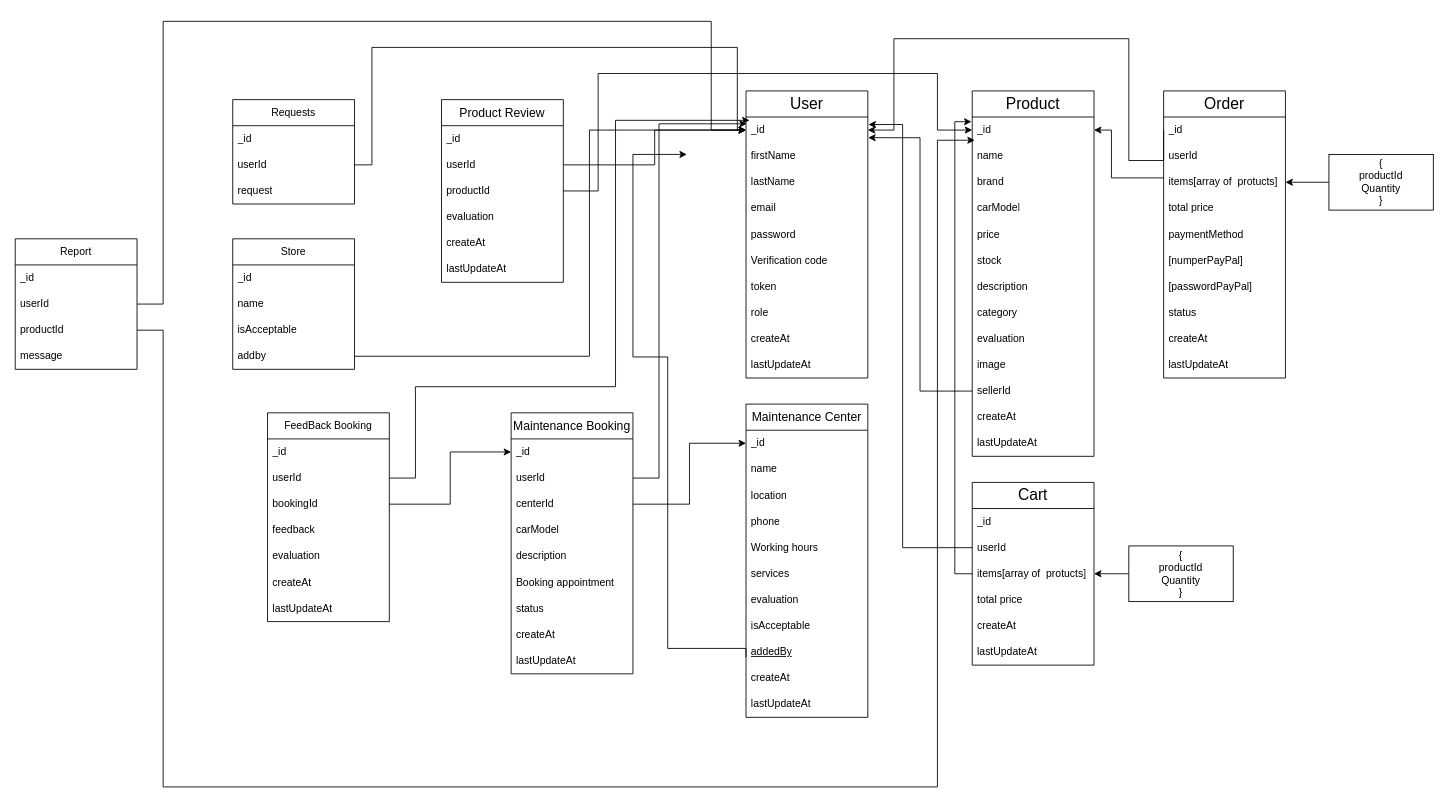
The draw.io diagram cars Project.drawio in ayaabduljawad750-cyber/CarsProject, before the edit. Source tidied: cells renumbered, new cells numbered last; positions are measured from the earlier drawing's top-left corner, leaving out a move shared by most shapes. Both pictures are drawn from the tidied source at 87%, with x=0, y=0 at pixel (15, 21).
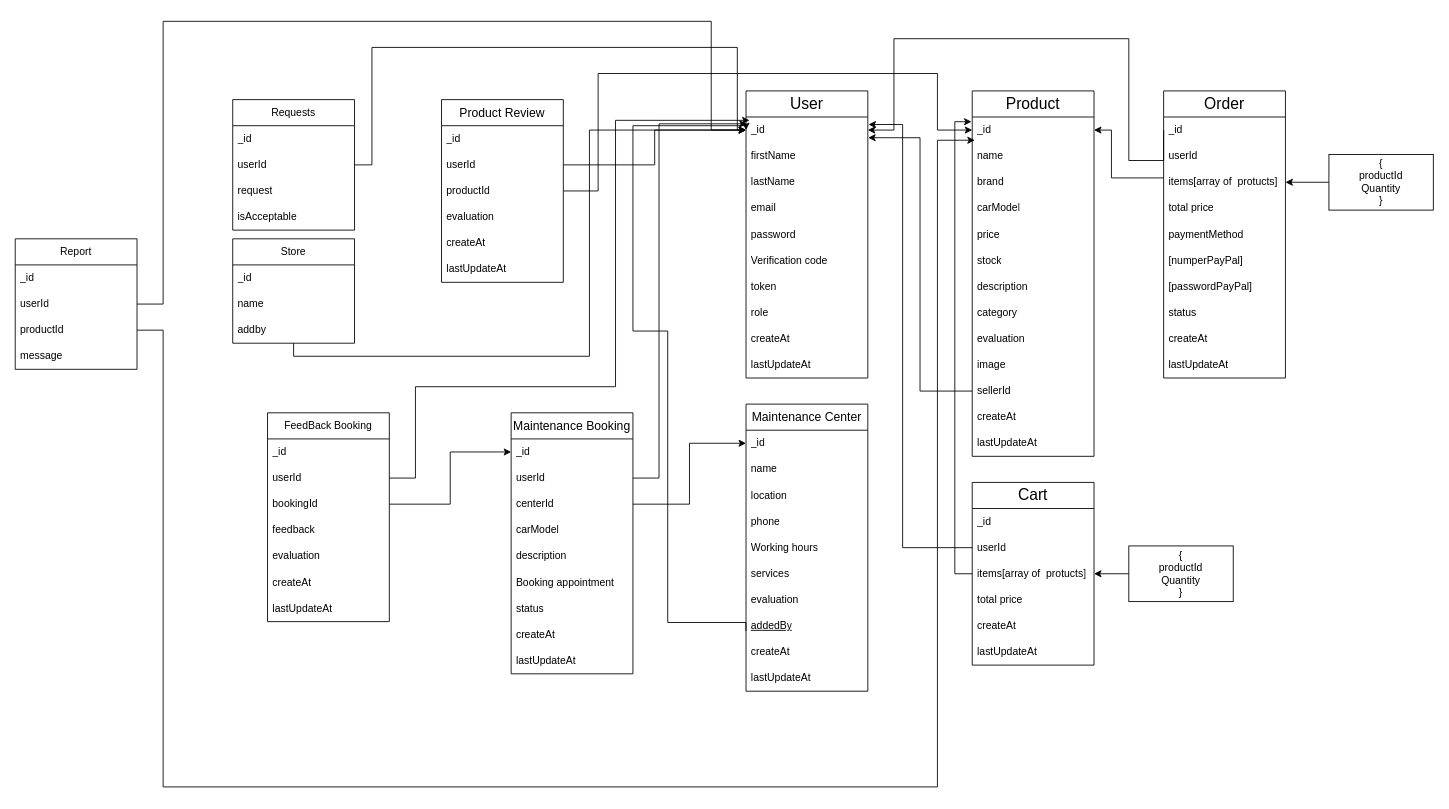
Above is the later version.

Unchanged cells that the change refers to:
```xml
<mxCell id="3" value="_id" style="text;strokeColor=none;fillColor=none;align=left;verticalAlign=middle;spacingLeft=4;spacingRight=4;overflow=hidden;points=[[0,0.5],[1,0.5]];portConstraint=eastwest;whiteSpace=wrap;html=1;" parent="2" vertex="1">
  <mxGeometry y="30" width="140" height="30" as="geometry" />
</mxCell>
```

The edit, as a diff of the source:
```diff
@@
     <mxCell id="27" value="&lt;font style=&quot;font-size: 14px;&quot;&gt;Maintenance Center&lt;/font&gt;" style="swimlane;fontStyle=0;horizontal=1;startSize=30;whiteSpace=wrap;html=1;" parent="1" vertex="1">
-      <mxGeometry x="840" y="440" width="140" height="360" as="geometry" />
+      <mxGeometry x="840" y="440" width="140" height="330" as="geometry" />
     </mxCell>
@@
-    <mxCell id="35" value="isAcceptable" style="text;strokeColor=none;fillColor=none;align=left;verticalAlign=middle;spacingLeft=4;spacingRight=4;overflow=hidden;whiteSpace=wrap;html=1;" parent="27" vertex="1">
-      <mxGeometry y="240" width="140" height="30" as="geometry" />
-    </mxCell>
     <mxCell id="36" value="&lt;u&gt;addedBy&lt;/u&gt;" style="text;strokeColor=none;fillColor=none;align=left;verticalAlign=middle;spacingLeft=4;spacingRight=4;overflow=hidden;whiteSpace=wrap;html=1;" parent="27" vertex="1">
-      <mxGeometry y="270" width="140" height="30" as="geometry" />
+      <mxGeometry y="240" width="140" height="30" as="geometry" />
     </mxCell>
     <mxCell id="37" value="createAt" style="text;strokeColor=none;fillColor=none;align=left;verticalAlign=middle;spacingLeft=4;spacingRight=4;overflow=hidden;whiteSpace=wrap;html=1;" parent="27" vertex="1">
-      <mxGeometry y="300" width="140" height="30" as="geometry" />
+      <mxGeometry y="270" width="140" height="30" as="geometry" />
     </mxCell>
     <mxCell id="38" value="lastUpdateAt" style="text;strokeColor=none;fillColor=none;align=left;verticalAlign=middle;spacingLeft=4;spacingRight=4;overflow=hidden;whiteSpace=wrap;html=1;" parent="27" vertex="1">
-      <mxGeometry y="330" width="140" height="30" as="geometry" />
+      <mxGeometry y="300" width="140" height="30" as="geometry" />
     </mxCell>
-    <mxCell id="39" style="edgeStyle=orthogonalEdgeStyle;rounded=0;orthogonalLoop=1;jettySize=auto;html=1;entryX=0.014;entryY=0.74;entryDx=0;entryDy=0;entryPerimeter=0;" parent="1" edge="1">
+    <mxCell id="39" style="edgeStyle=orthogonalEdgeStyle;rounded=0;jettySize=auto;html=1;entryX=0;entryY=0.5;entryDx=0;entryDy=0;" parent="1" edge="1" target="3">
       <mxGeometry relative="1" as="geometry">
-        <mxPoint x="840" y="730.8" as="sourcePoint" />
-        <mxPoint x="772" y="153" as="targetPoint" />
+        <mxPoint x="839.9" y="700.8" as="sourcePoint" />
         <Array as="points">
-          <mxPoint x="750" y="720.8" />
-          <mxPoint x="750" y="385.8" />
-          <mxPoint x="710" y="385.8" />
-          <mxPoint x="710" y="152.8" />
+          <mxPoint x="840" y="691" />
+          <mxPoint x="750" y="691" />
+          <mxPoint x="750" y="356" />
+          <mxPoint x="710" y="356" />
+          <mxPoint x="710" y="120" />
+          <mxPoint x="840" y="120" />
         </Array>
       </mxGeometry>
     </mxCell>
@@
     <mxCell id="98" value="Requests" style="swimlane;fontStyle=0;horizontal=1;startSize=30;whiteSpace=wrap;html=1;" parent="1" vertex="1">
-      <mxGeometry x="250" y="90" width="140" height="120" as="geometry" />
+      <mxGeometry x="250" y="90" width="140" height="150" as="geometry" />
     </mxCell>
@@
+    <mxCell id="116" value="isAcceptable" style="text;strokeColor=none;fillColor=none;align=left;verticalAlign=middle;spacingLeft=4;spacingRight=4;overflow=hidden;whiteSpace=wrap;html=1;" parent="98" vertex="1">
+      <mxGeometry y="120" width="140" height="30" as="geometry" />
+    </mxCell>
@@
     <mxCell id="103" value="Store" style="swimlane;fontStyle=0;horizontal=1;startSize=30;whiteSpace=wrap;html=1;" parent="1" vertex="1">
-      <mxGeometry x="250" y="250" width="140" height="150" as="geometry" />
+      <mxGeometry x="250" y="250" width="140" height="120" as="geometry" />
     </mxCell>
@@
-    <mxCell id="106" value="isAcceptable" style="text;strokeColor=none;fillColor=none;align=left;verticalAlign=middle;spacingLeft=4;spacingRight=4;overflow=hidden;whiteSpace=wrap;html=1;" parent="103" vertex="1">
-      <mxGeometry y="90" width="140" height="30" as="geometry" />
-    </mxCell>
     <mxCell id="107" value="addby" style="text;strokeColor=none;fillColor=none;align=left;verticalAlign=middle;spacingLeft=4;spacingRight=4;overflow=hidden;points=[[0,0.5],[1,0.5]];portConstraint=eastwest;whiteSpace=wrap;html=1;" parent="103" vertex="1">
-      <mxGeometry y="120" width="140" height="30" as="geometry" />
+      <mxGeometry y="90" width="140" height="30" as="geometry" />
     </mxCell>
```
